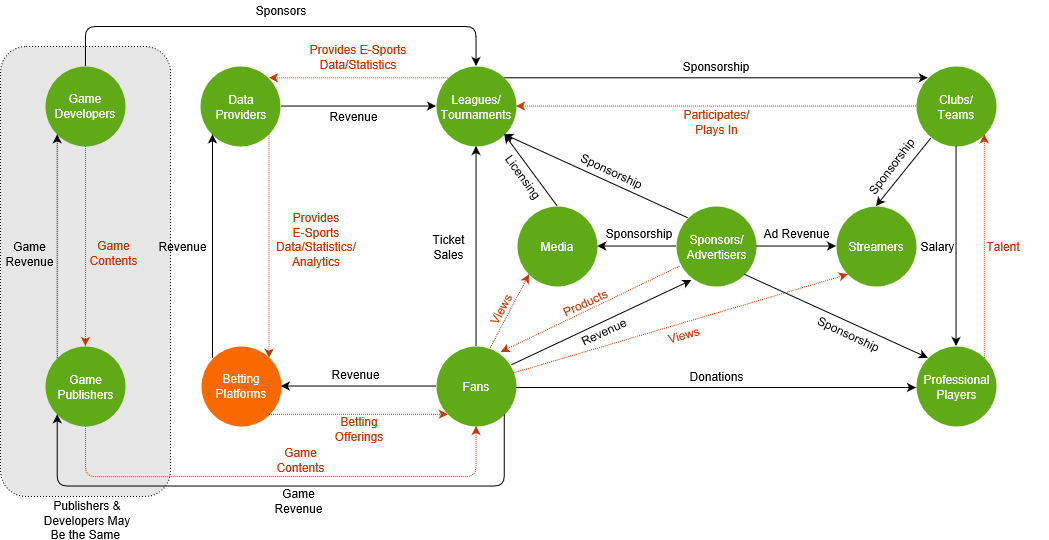
The draw.io diagram Flow v6.png in ryanpo/ryanpo.github.io, before a commit. Source tidied: cells renumbered, new cells last; positions are measured from the earlier drawing's top-left corner, leaving out a move shared by most shapes.
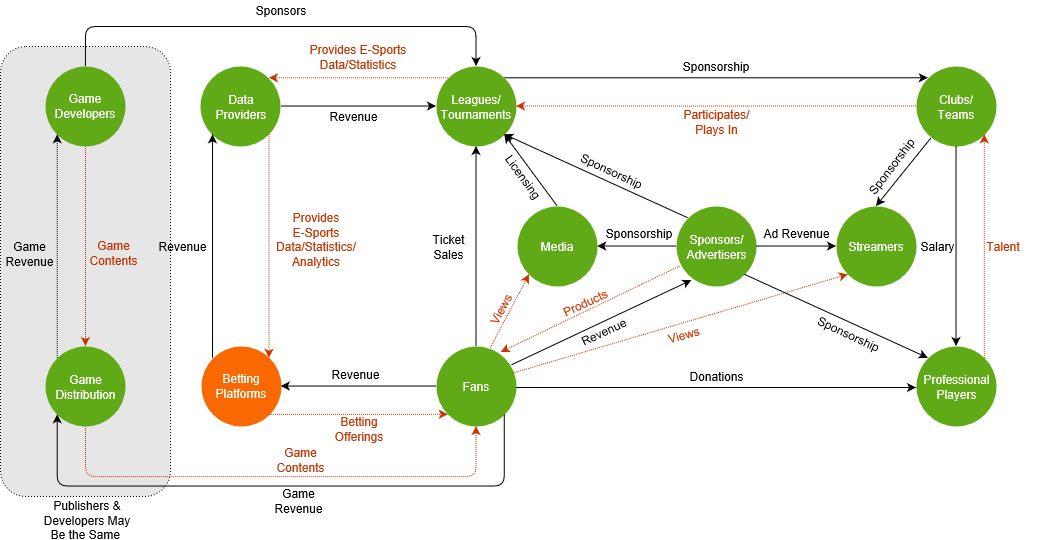
After the commit.

Diff of the diagram source:
```diff
@@ -37,7 +37,7 @@
         </Array>
       </mxGeometry>
     </mxCell>
-    <mxCell id="12" value="&lt;div&gt;Game&lt;/div&gt;&lt;div&gt;Publishers&lt;br&gt;&lt;/div&gt;" style="ellipse;whiteSpace=wrap;html=1;fillColor=#60a917;strokeColor=none;fontColor=#ffffff;" parent="1" vertex="1">
+    <mxCell id="12" value="&lt;div&gt;Game&lt;/div&gt;&lt;div&gt;Distribution&lt;br&gt;&lt;/div&gt;" style="ellipse;whiteSpace=wrap;html=1;fillColor=#60a917;strokeColor=none;fontColor=#ffffff;" parent="1" vertex="1">
       <mxGeometry x="45" y="346" width="80" height="80" as="geometry" />
     </mxCell>
     <mxCell id="13" style="endArrow=classic;html=1;entryX=0;entryY=0;entryDx=0;entryDy=0;exitX=1;exitY=1;exitDx=0;exitDy=0;" parent="1" edge="1" source="3" target="9">
```
